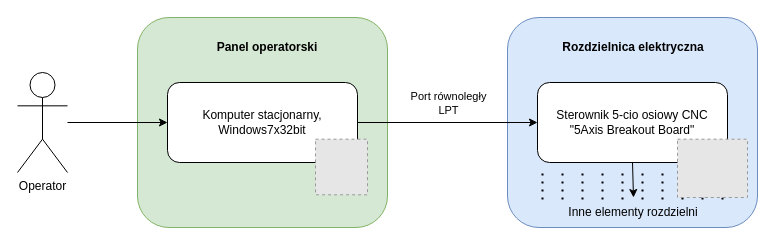
Before: pod_ele.drawio in TheKureq/TheKureq, a draw.io diagram. Source tidied: cells renumbered, new cells numbered last; positions are measured from the earlier drawing's top-left corner, leaving out a move shared by most shapes. Both pictures are drawn from the tidied source at 100%, with x=0, y=0 at pixel (17, 17). Pictures stored in the file or linked from it are replaced by grey dashed boxes.
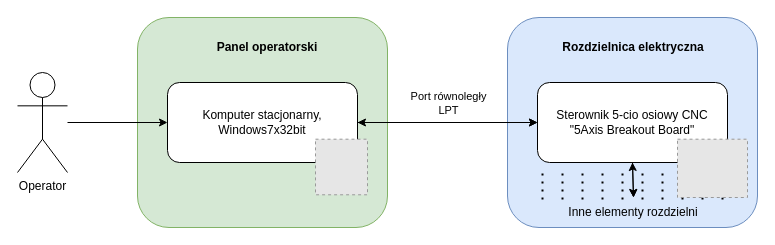
The same page after the edit.

The change refers to these unchanged cells:
```xml
<mxCell id="4" value="&lt;div&gt;Sterownik 5-cio osiowy CNC&lt;/div&gt;&lt;div&gt;&quot;5Axis Breakout Board&quot;&lt;br&gt;&lt;/div&gt;" style="rounded=1;whiteSpace=wrap;html=1;" parent="1" vertex="1">
  <mxGeometry x="520" y="65" width="190" height="80" as="geometry" />
</mxCell>
<mxCell id="7" value="&lt;div&gt;Komputer stacjonarny,&lt;/div&gt;&lt;div&gt;Windows7x32bit&lt;br&gt;&lt;/div&gt;" style="rounded=1;whiteSpace=wrap;html=1;" parent="1" vertex="1">
  <mxGeometry x="150" y="65" width="190" height="80" as="geometry" />
</mxCell>
<mxCell id="22" value="Inne elementy rozdzielni" style="text;html=1;strokeColor=none;fillColor=none;align=center;verticalAlign=middle;whiteSpace=wrap;rounded=0;fontSize=12;" parent="1" vertex="1">
  <mxGeometry x="521" y="180" width="190" height="30" as="geometry" />
</mxCell>
```

Change to the diagram source:
```diff
@@
+    <mxCell id="26" style="endArrow=classic;startArrow=classic;html=1;rounded=0;exitX=1;exitY=0.5;exitDx=0;exitDy=0;entryX=0;entryY=0.5;entryDx=0;entryDy=0;" parent="1" edge="1" source="7" target="4">
+      <mxGeometry relative="1" as="geometry" />
+    </mxCell>
+    <mxCell id="27" style="endArrow=classic;startArrow=classic;html=1;rounded=0;entryX=0.5;entryY=1;entryDx=0;entryDy=0;exitX=0.5;exitY=0;exitDx=0;exitDy=0;" parent="1" edge="1" source="22" target="4">
+      <mxGeometry relative="1" as="geometry" />
+    </mxCell>
```
